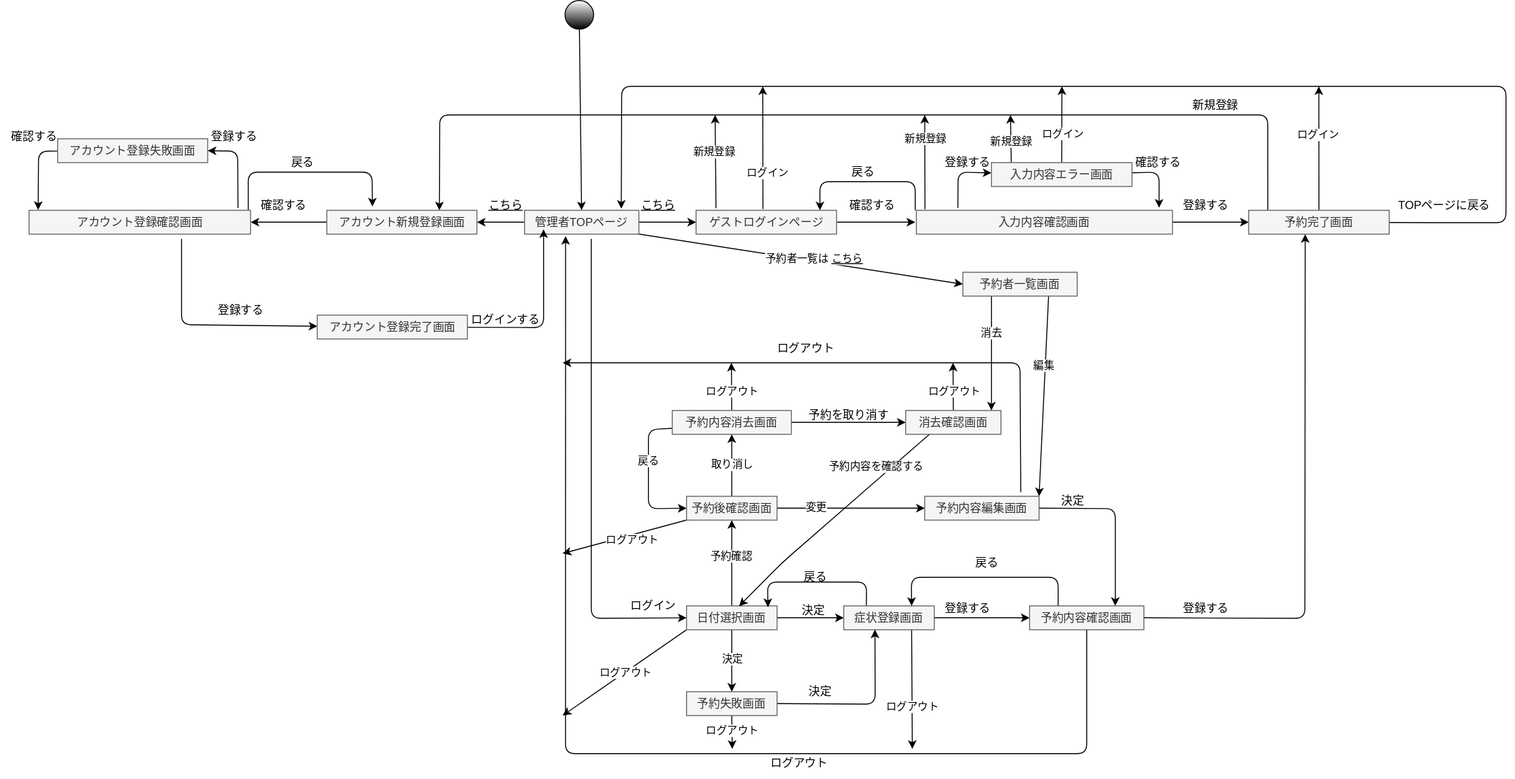
Earlier version of the draw.io export pja.drawio.svg (sakamotoshuri/uml_introduction). Source tidied: cells renumbered, new cells last; positions are measured from the earlier drawing's top-left corner, leaving out a move shared by most shapes.
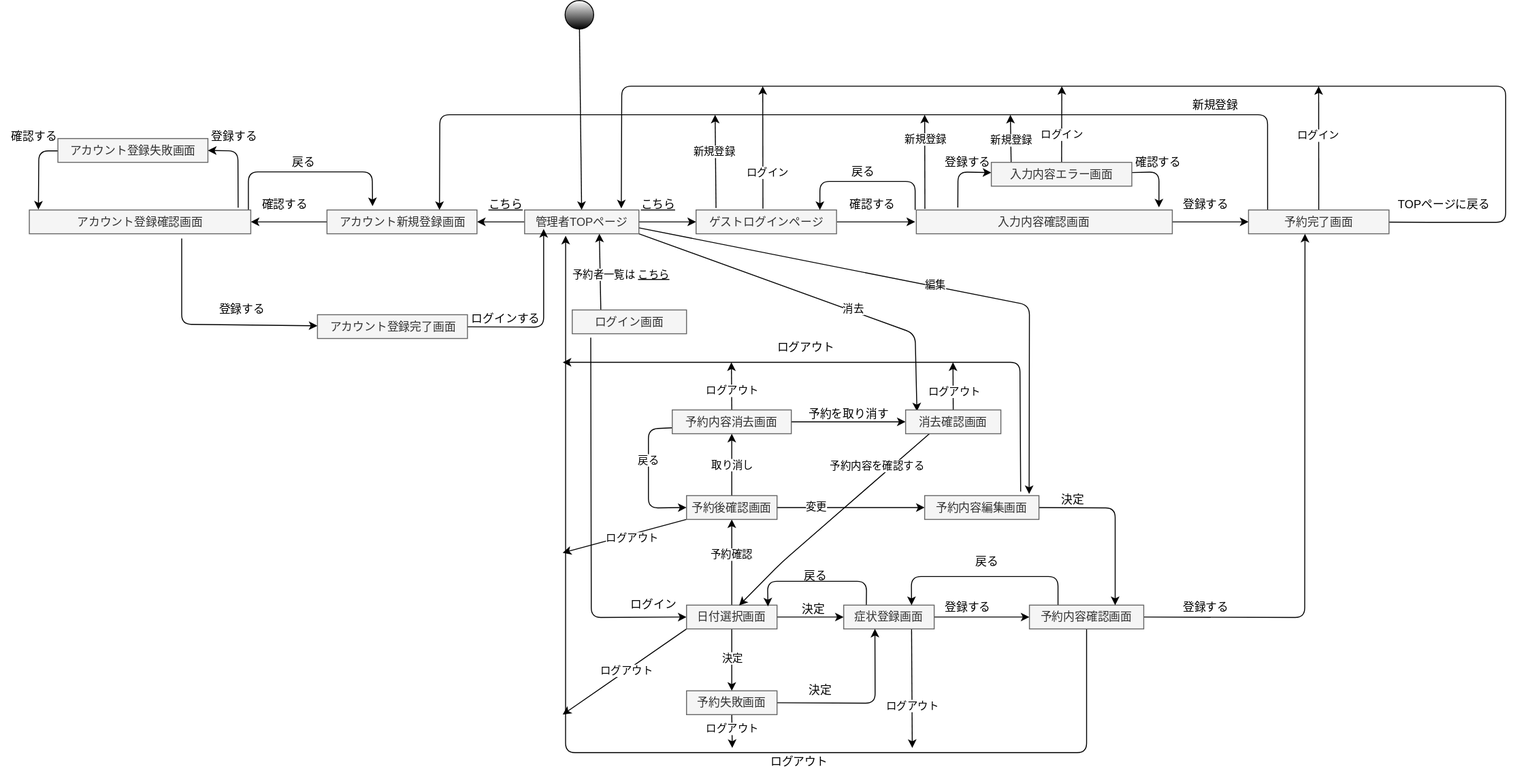
Later version of the same file.

Diff of the diagram source:
```diff
@@ -14,22 +14,41 @@
     <mxCell id="5" style="edgeStyle=none;html=1;" parent="1" edge="1" source="9" target="40">
       <mxGeometry relative="1" as="geometry" />
     </mxCell>
-    <mxCell id="6" style="edgeStyle=none;html=1;startArrow=none;startFill=0;endArrow=classic;endFill=1;entryX=0;entryY=0.5;entryDx=0;entryDy=0;" parent="1" edge="1" target="64">
+    <mxCell id="6" style="edgeStyle=none;html=1;startArrow=none;startFill=0;endArrow=classic;endFill=1;entryX=0;entryY=0.5;entryDx=0;entryDy=0;exitX=0.162;exitY=1.164;exitDx=0;exitDy=0;exitPerimeter=0;" parent="1" edge="1" source="115" target="64">
       <mxGeometry relative="1" as="geometry">
-        <mxPoint x="620" y="250" as="sourcePoint" />
         <Array as="points">
           <mxPoint x="620" y="648" />
         </Array>
       </mxGeometry>
     </mxCell>
-    <mxCell id="7" style="edgeStyle=none;html=1;exitX=1;exitY=1;exitDx=0;exitDy=0;entryX=0;entryY=0.5;entryDx=0;entryDy=0;" parent="1" edge="1" source="9" target="115">
+    <mxCell id="7" style="edgeStyle=none;html=1;exitX=0.654;exitY=0.998;exitDx=0;exitDy=0;entryX=0.25;entryY=0;entryDx=0;entryDy=0;exitPerimeter=0;startArrow=classic;startFill=1;endArrow=none;endFill=0;" parent="1" edge="1" source="9" target="115">
       <mxGeometry relative="1" as="geometry" />
     </mxCell>
     <mxCell id="8" value="予約者一覧は&lt;u&gt;こちら&lt;/u&gt;" style="edgeLabel;html=1;align=center;verticalAlign=middle;" parent="7" vertex="1">
       <mxGeometry x="0.07" y="3" relative="1" as="geometry">
-        <mxPoint x="1" as="offset" />
+        <mxPoint x="18" as="offset" />
       </mxGeometry>
     </mxCell>
+    <mxCell id="116" style="edgeStyle=none;html=1;exitX=1;exitY=1;exitDx=0;exitDy=0;entryX=0.119;entryY=0.058;entryDx=0;entryDy=0;startArrow=none;startFill=0;endArrow=classic;endFill=1;entryPerimeter=0;" parent="1" edge="1" source="9" target="103">
+      <mxGeometry relative="1" as="geometry">
+        <Array as="points">
+          <mxPoint x="960" y="350" />
+        </Array>
+      </mxGeometry>
+    </mxCell>
+    <mxCell id="112" value="消去" style="edgeLabel;html=1;align=center;verticalAlign=middle;" parent="116" vertex="1">
+      <mxGeometry x="0.22" y="3" relative="1" as="geometry" />
+    </mxCell>
+    <mxCell id="117" style="edgeStyle=none;html=1;exitX=1;exitY=0.75;exitDx=0;exitDy=0;entryX=0.914;entryY=-0.068;entryDx=0;entryDy=0;startArrow=none;startFill=0;endArrow=classic;endFill=1;entryPerimeter=0;" parent="1" edge="1" source="9" target="107">
+      <mxGeometry relative="1" as="geometry">
+        <Array as="points">
+          <mxPoint x="1080" y="320" />
+        </Array>
+      </mxGeometry>
+    </mxCell>
+    <mxCell id="114" value="編集" style="edgeLabel;html=1;align=center;verticalAlign=middle;" parent="117" vertex="1">
+      <mxGeometry x="0.03" y="2" relative="1" as="geometry" />
+    </mxCell>
     <mxCell id="9" value="管理者TOPページ" style="whiteSpace=wrap;html=1;fillColor=#f5f5f5;fontColor=#333333;strokeColor=#666666;" parent="1" vertex="1">
       <mxGeometry x="550" y="220" width="120" height="25" as="geometry" />
     </mxCell>
@@ -482,24 +501,8 @@
     <mxCell id="110" value="入力内容確認画面" style="whiteSpace=wrap;html=1;fillColor=#f5f5f5;fontColor=#333333;strokeColor=#666666;" parent="1" vertex="1">
       <mxGeometry x="961.2" y="220" width="268.8" height="25" as="geometry" />
     </mxCell>
-    <mxCell id="111" style="edgeStyle=none;html=1;exitX=0.25;exitY=1;exitDx=0;exitDy=0;" parent="1" edge="1" source="115">
-      <mxGeometry relative="1" as="geometry">
-        <mxPoint x="1040" y="430" as="targetPoint" />
-      </mxGeometry>
-    </mxCell>
-    <mxCell id="112" value="消去" style="edgeLabel;html=1;align=center;verticalAlign=middle;" parent="111" vertex="1">
-      <mxGeometry x="-0.38" y="-1" relative="1" as="geometry">
-        <mxPoint y="1" as="offset" />
-      </mxGeometry>
-    </mxCell>
-    <mxCell id="113" style="edgeStyle=none;html=1;exitX=0.75;exitY=1;exitDx=0;exitDy=0;entryX=1;entryY=0;entryDx=0;entryDy=0;" parent="1" edge="1" source="115" target="107">
-      <mxGeometry relative="1" as="geometry" />
-    </mxCell>
-    <mxCell id="114" value="編集" style="edgeLabel;html=1;align=center;verticalAlign=middle;" parent="113" vertex="1">
-      <mxGeometry x="-0.31" y="-2" relative="1" as="geometry" />
-    </mxCell>
-    <mxCell id="115" value="予約者一覧画面" style="whiteSpace=wrap;html=1;fillColor=#f5f5f5;fontColor=#333333;strokeColor=#666666;" parent="1" vertex="1">
-      <mxGeometry x="1010" y="285" width="120" height="25" as="geometry" />
+    <mxCell id="115" value="ログイン画面" style="whiteSpace=wrap;html=1;fillColor=#f5f5f5;fontColor=#333333;strokeColor=#666666;" parent="1" vertex="1">
+      <mxGeometry x="600" y="325" width="120" height="25" as="geometry" />
     </mxCell>
   </root>
 </mxGraphModel>
```
